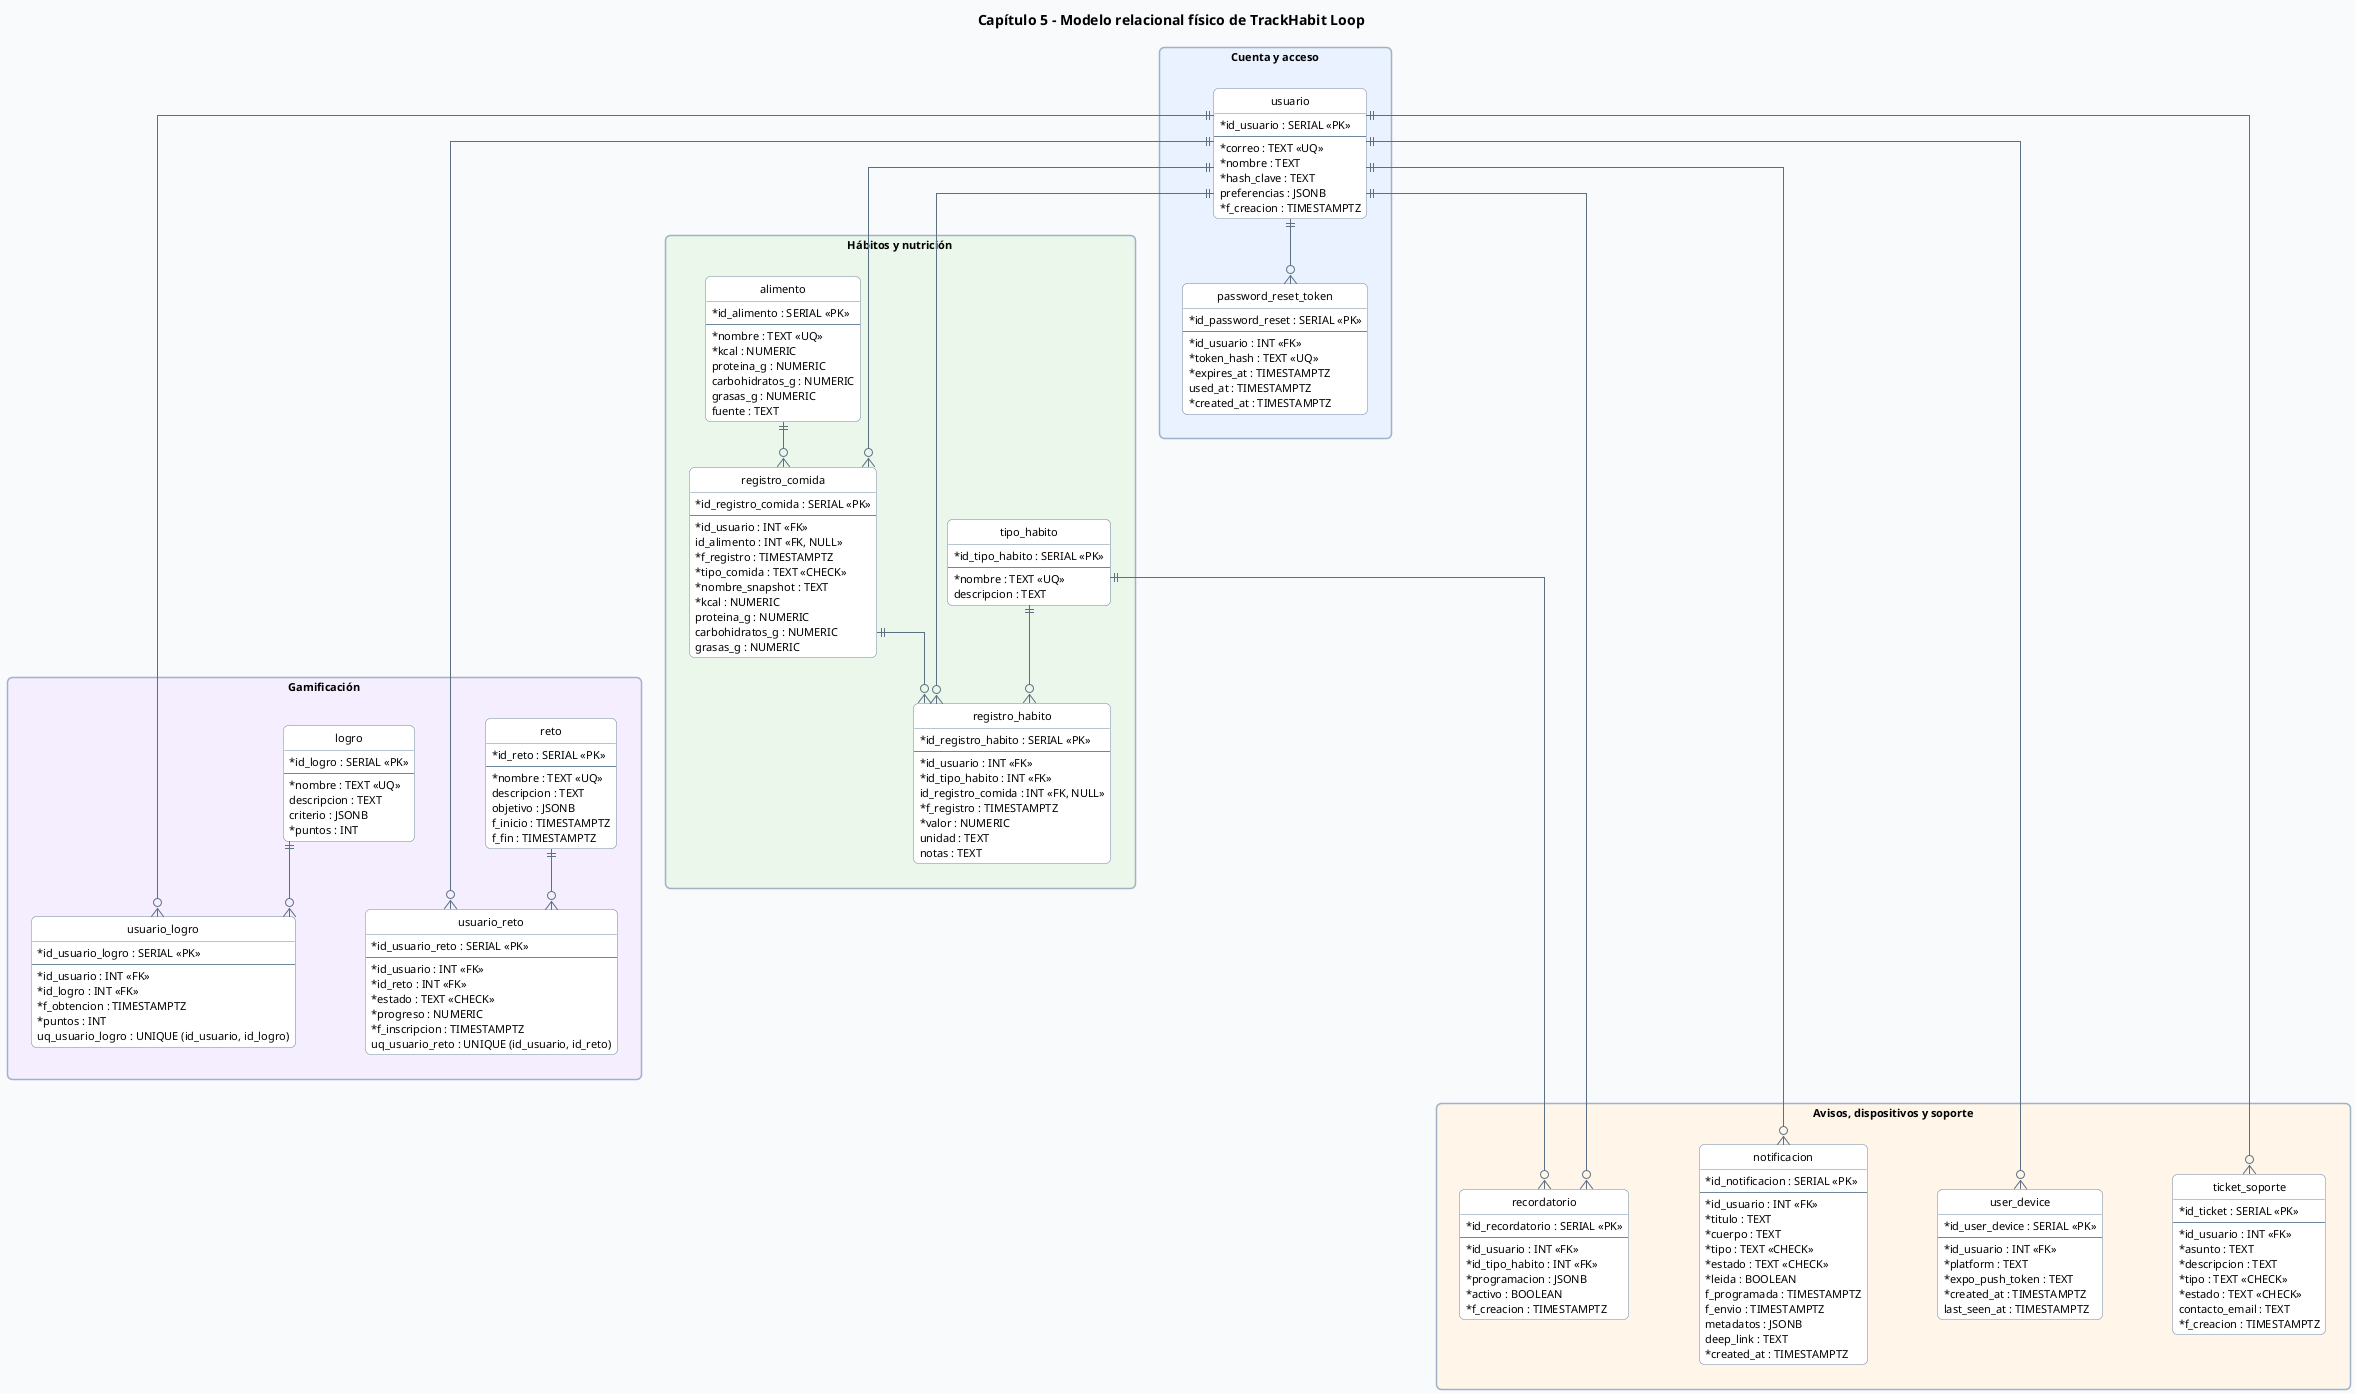
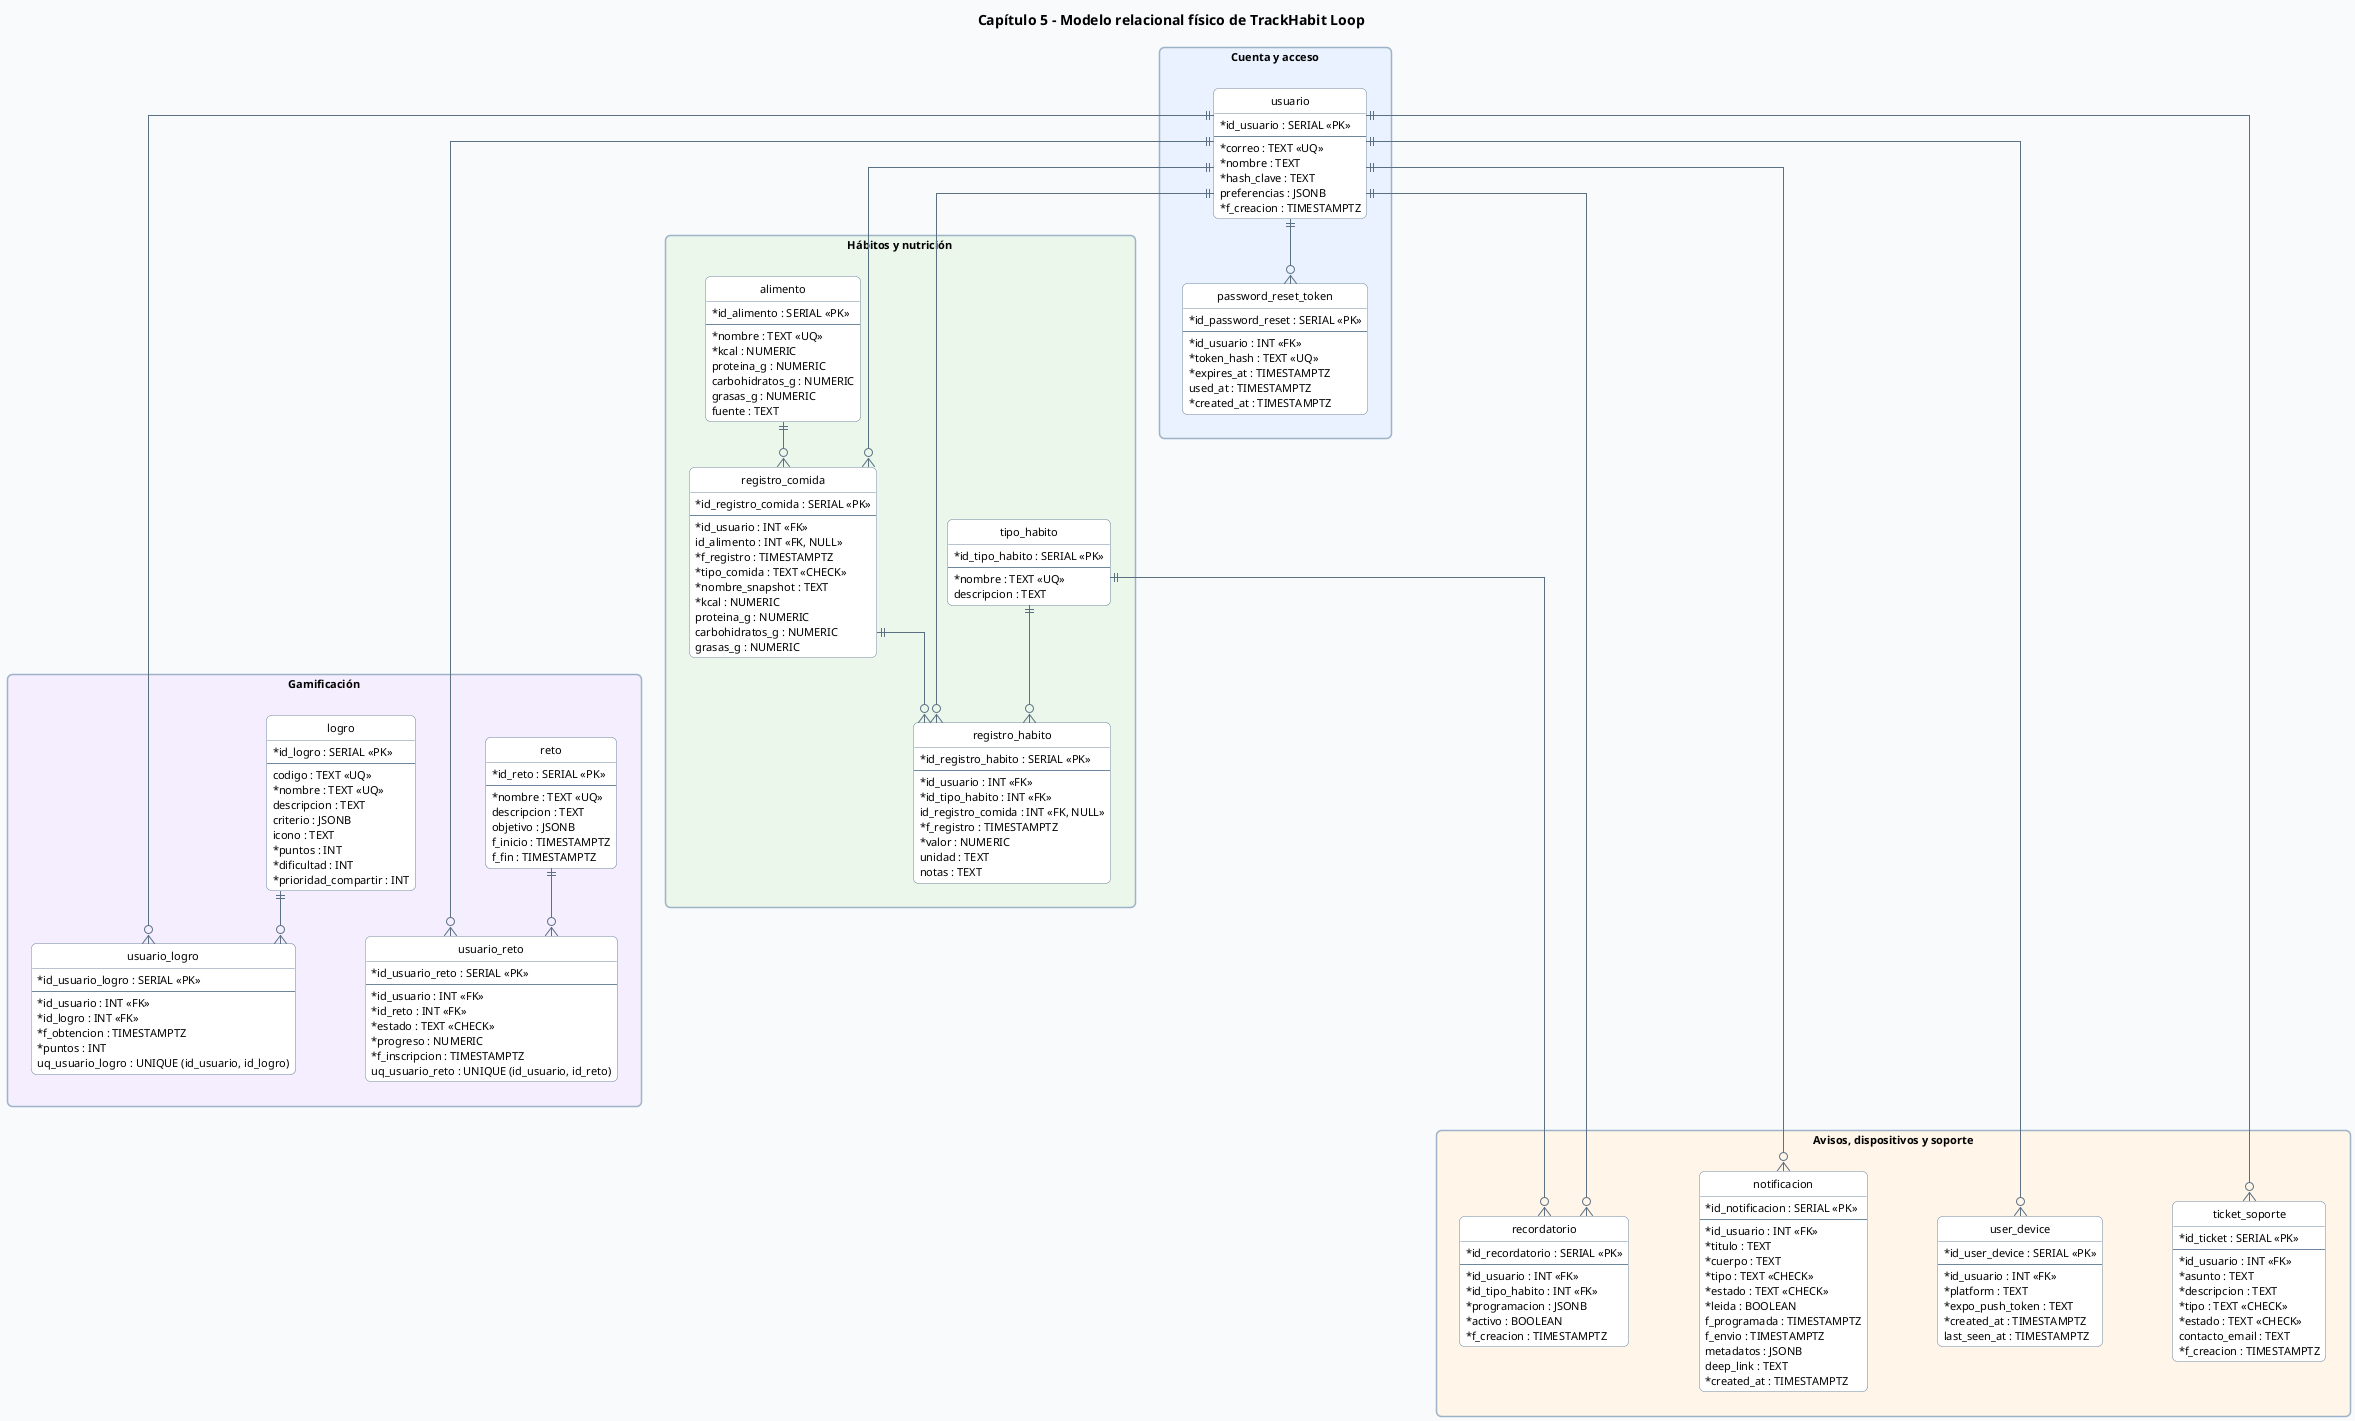
@startuml
hide circle
hide methods
hide stereotypes

skinparam backgroundColor #F8FAFC
skinparam shadowing false
skinparam roundcorner 10
skinparam defaultFontName Segoe UI
skinparam defaultFontSize 11
skinparam ArrowColor #5B7083
skinparam ArrowThickness 1
skinparam packageStyle rectangle
skinparam packageBorderColor #9FB3C8
skinparam classBackgroundColor #FFFFFF
skinparam classBorderColor #6E879D
skinparam noteBackgroundColor #FFF9E6
skinparam noteBorderColor #D7C58A
skinparam classAttributeIconSize 0
skinparam linetype ortho
skinparam nodesep 70
skinparam ranksep 45

title Capítulo 5 - Modelo relacional físico de TrackHabit Loop

top to bottom direction

package "Cuenta y acceso" #EAF2FF {
  together {
    entity "usuario" as usuario {
      * id_usuario : SERIAL <<PK>>
      --
      * correo : TEXT <<UQ>>
      * nombre : TEXT
      * hash_clave : TEXT
      preferencias : JSONB
      * f_creacion : TIMESTAMPTZ
    }

    entity "password_reset_token" as password_reset_token {
      * id_password_reset : SERIAL <<PK>>
      --
      * id_usuario : INT <<FK>>
      * token_hash : TEXT <<UQ>>
      * expires_at : TIMESTAMPTZ
      used_at : TIMESTAMPTZ
      * created_at : TIMESTAMPTZ
    }
  }
}

package "Hábitos y nutrición" #EAF7EA {
  together {
    entity "tipo_habito" as tipo_habito {
      * id_tipo_habito : SERIAL <<PK>>
      --
      * nombre : TEXT <<UQ>>
      descripcion : TEXT
    }

    entity "registro_habito" as registro_habito {
      * id_registro_habito : SERIAL <<PK>>
      --
      * id_usuario : INT <<FK>>
      * id_tipo_habito : INT <<FK>>
      id_registro_comida : INT <<FK, NULL>>
      * f_registro : TIMESTAMPTZ
      * valor : NUMERIC
      unidad : TEXT
      notas : TEXT
    }

    entity "alimento" as alimento {
      * id_alimento : SERIAL <<PK>>
      --
      * nombre : TEXT <<UQ>>
      * kcal : NUMERIC
      proteina_g : NUMERIC
      carbohidratos_g : NUMERIC
      grasas_g : NUMERIC
      fuente : TEXT
    }

    entity "registro_comida" as registro_comida {
      * id_registro_comida : SERIAL <<PK>>
      --
      * id_usuario : INT <<FK>>
      id_alimento : INT <<FK, NULL>>
      * f_registro : TIMESTAMPTZ
      * tipo_comida : TEXT <<CHECK>>
      * nombre_snapshot : TEXT
      * kcal : NUMERIC
      proteina_g : NUMERIC
      carbohidratos_g : NUMERIC
      grasas_g : NUMERIC
    }
  }
}

package "Gamificación" #F4EEFF {
  together {
    entity "logro" as logro {
      * id_logro : SERIAL <<PK>>
      --
+       codigo : TEXT <<UQ>>
      * nombre : TEXT <<UQ>>
      descripcion : TEXT
      criterio : JSONB
+       icono : TEXT
      * puntos : INT
+       * dificultad : INT
+       * prioridad_compartir : INT
    }

    entity "usuario_logro" as usuario_logro {
      * id_usuario_logro : SERIAL <<PK>>
      --
      * id_usuario : INT <<FK>>
      * id_logro : INT <<FK>>
      * f_obtencion : TIMESTAMPTZ
      * puntos : INT
      uq_usuario_logro : UNIQUE (id_usuario, id_logro)
    }

    entity "reto" as reto {
      * id_reto : SERIAL <<PK>>
      --
      * nombre : TEXT <<UQ>>
      descripcion : TEXT
      objetivo : JSONB
      f_inicio : TIMESTAMPTZ
      f_fin : TIMESTAMPTZ
    }

    entity "usuario_reto" as usuario_reto {
      * id_usuario_reto : SERIAL <<PK>>
      --
      * id_usuario : INT <<FK>>
      * id_reto : INT <<FK>>
      * estado : TEXT <<CHECK>>
      * progreso : NUMERIC
      * f_inscripcion : TIMESTAMPTZ
      uq_usuario_reto : UNIQUE (id_usuario, id_reto)
    }
  }
}

package "Avisos, dispositivos y soporte" #FFF5E8 {
  together {
    entity "recordatorio" as recordatorio {
      * id_recordatorio : SERIAL <<PK>>
      --
      * id_usuario : INT <<FK>>
      * id_tipo_habito : INT <<FK>>
      * programacion : JSONB
      * activo : BOOLEAN
      * f_creacion : TIMESTAMPTZ
    }

    entity "notificacion" as notificacion {
      * id_notificacion : SERIAL <<PK>>
      --
      * id_usuario : INT <<FK>>
      * titulo : TEXT
      * cuerpo : TEXT
      * tipo : TEXT <<CHECK>>
      * estado : TEXT <<CHECK>>
      * leida : BOOLEAN
      f_programada : TIMESTAMPTZ
      f_envio : TIMESTAMPTZ
      metadatos : JSONB
      deep_link : TEXT
      * created_at : TIMESTAMPTZ
    }

    entity "user_device" as user_device {
      * id_user_device : SERIAL <<PK>>
      --
      * id_usuario : INT <<FK>>
      * platform : TEXT
      * expo_push_token : TEXT
      * created_at : TIMESTAMPTZ
      last_seen_at : TIMESTAMPTZ
    }

    entity "ticket_soporte" as ticket_soporte {
      * id_ticket : SERIAL <<PK>>
      --
      * id_usuario : INT <<FK>>
      * asunto : TEXT
      * descripcion : TEXT
      * tipo : TEXT <<CHECK>>
      * estado : TEXT <<CHECK>>
      contacto_email : TEXT
      * f_creacion : TIMESTAMPTZ
    }
  }
}

usuario ||--o{ password_reset_token
usuario ||--o{ registro_habito
tipo_habito ||--o{ registro_habito
usuario ||--o{ registro_comida
alimento ||--o{ registro_comida
registro_comida ||--o{ registro_habito
usuario ||--o{ usuario_logro
logro ||--o{ usuario_logro
usuario ||--o{ usuario_reto
reto ||--o{ usuario_reto
usuario ||--o{ recordatorio
tipo_habito ||--o{ recordatorio
usuario ||--o{ notificacion
usuario ||--o{ user_device
usuario ||--o{ ticket_soporte

password_reset_token -[hidden]-> tipo_habito
registro_comida -[hidden]-> logro
usuario_reto -[hidden]-> recordatorio

@enduml
